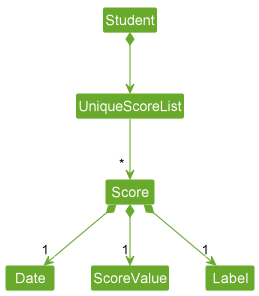
The PlantUML diagram docs/images/DG-images/ScoreClassDiagram.png in nus-cs2103-AY2223S2/tp, before a commit. Its source is kept beside it as docs/diagrams/ScoreClassDiagram.puml.
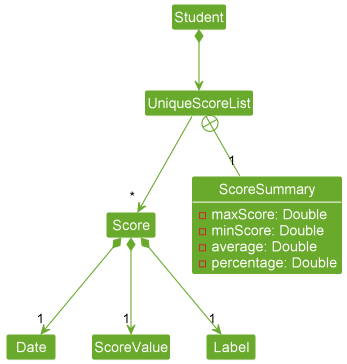
After the commit.

Commit message:
Update the ScoreClassDiagram and Task model

What changed in the source:
```diff
@@ -10,10 +10,19 @@
 Class Student
 Class UniqueScoreList
 Class Score
+Class ScoreSummary
+
+class ScoreSummary {
+    - maxScore: Double
+    - minScore: Double
+    - average: Double
+    - percentage: Double
+}
 
 Student *--> UniqueScoreList
 
 UniqueScoreList --> "~* " Score
+UniqueScoreList +-- "1" ScoreSummary
 
 Score *--> "1" Date
 Score *--> "1" Label
```
